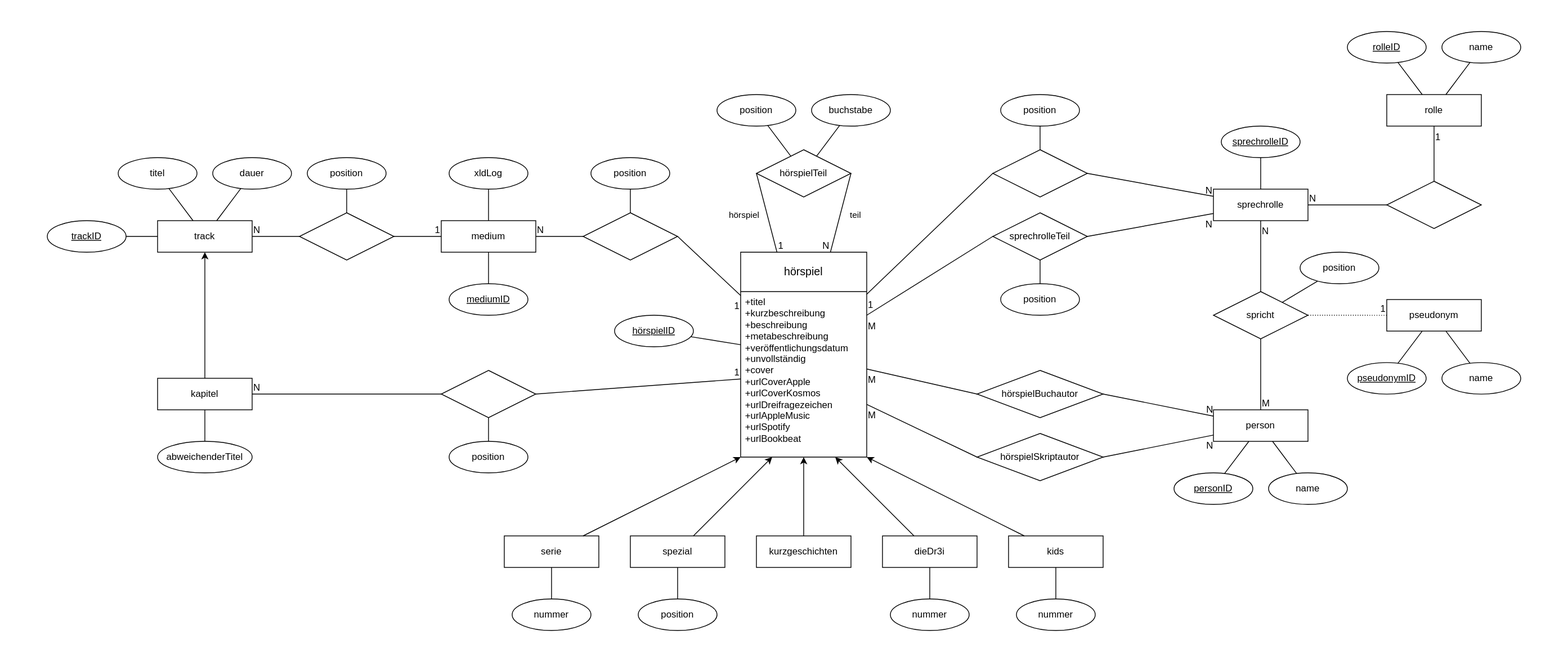
Earlier version of the draw.io export model/relationalModel.svg (YourMJK/dreimetadaten). Source tidied: cells renumbered, new cells last; positions are measured from the earlier drawing's top-left corner, leaving out a move shared by most shapes.
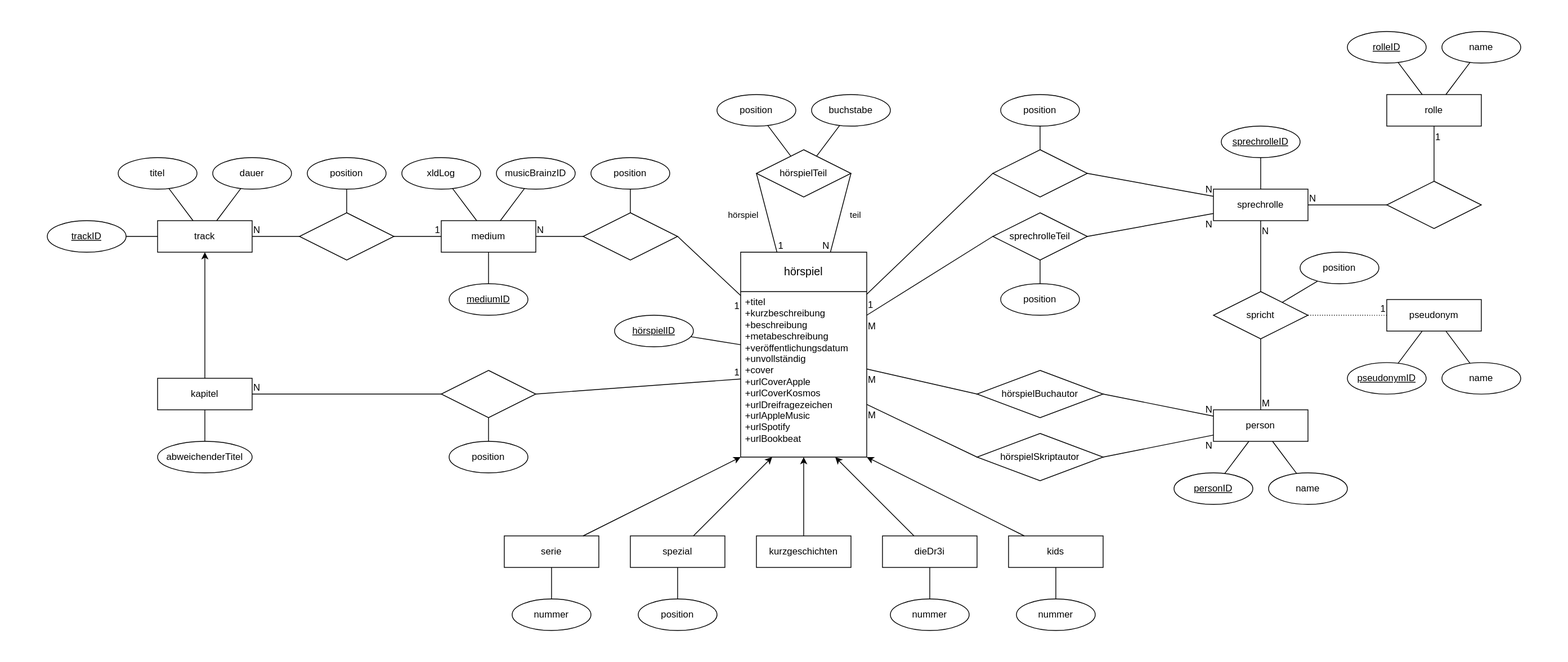
After the change.

Commit message:
code: Added "musicBrainzID" for "medium" to models (#34)

What changed in the source:
```diff
@@ -96,7 +96,7 @@
       <mxGeometry x="500" y="240" width="120" height="40" as="geometry" />
     </mxCell>
     <mxCell id="33" value="xldLog" style="ellipse;whiteSpace=wrap;html=1;align=center;" parent="1" vertex="1">
-      <mxGeometry x="510" y="160" width="100" height="40" as="geometry" />
+      <mxGeometry x="450" y="160" width="100" height="40" as="geometry" />
     </mxCell>
     <mxCell id="34" style="endArrow=none;html=1;rounded=0;" parent="1" edge="1" source="32" target="33">
       <mxGeometry relative="1" as="geometry" />
@@ -383,5 +383,11 @@
     <mxCell id="128" value="1" style="html=1;whiteSpace=wrap;align=right;verticalAlign=bottom;" parent="127" vertex="1">
       <mxGeometry x="1" relative="1" as="geometry" />
     </mxCell>
+    <mxCell id="129" value="musicBrainzID" style="ellipse;whiteSpace=wrap;html=1;align=center;" parent="1" vertex="1">
+      <mxGeometry x="570" y="160" width="100" height="40" as="geometry" />
+    </mxCell>
+    <mxCell id="130" style="endArrow=none;html=1;rounded=0;" parent="1" edge="1" source="32" target="129">
+      <mxGeometry relative="1" as="geometry" />
+    </mxCell>
   </root>
 </mxGraphModel>
```
